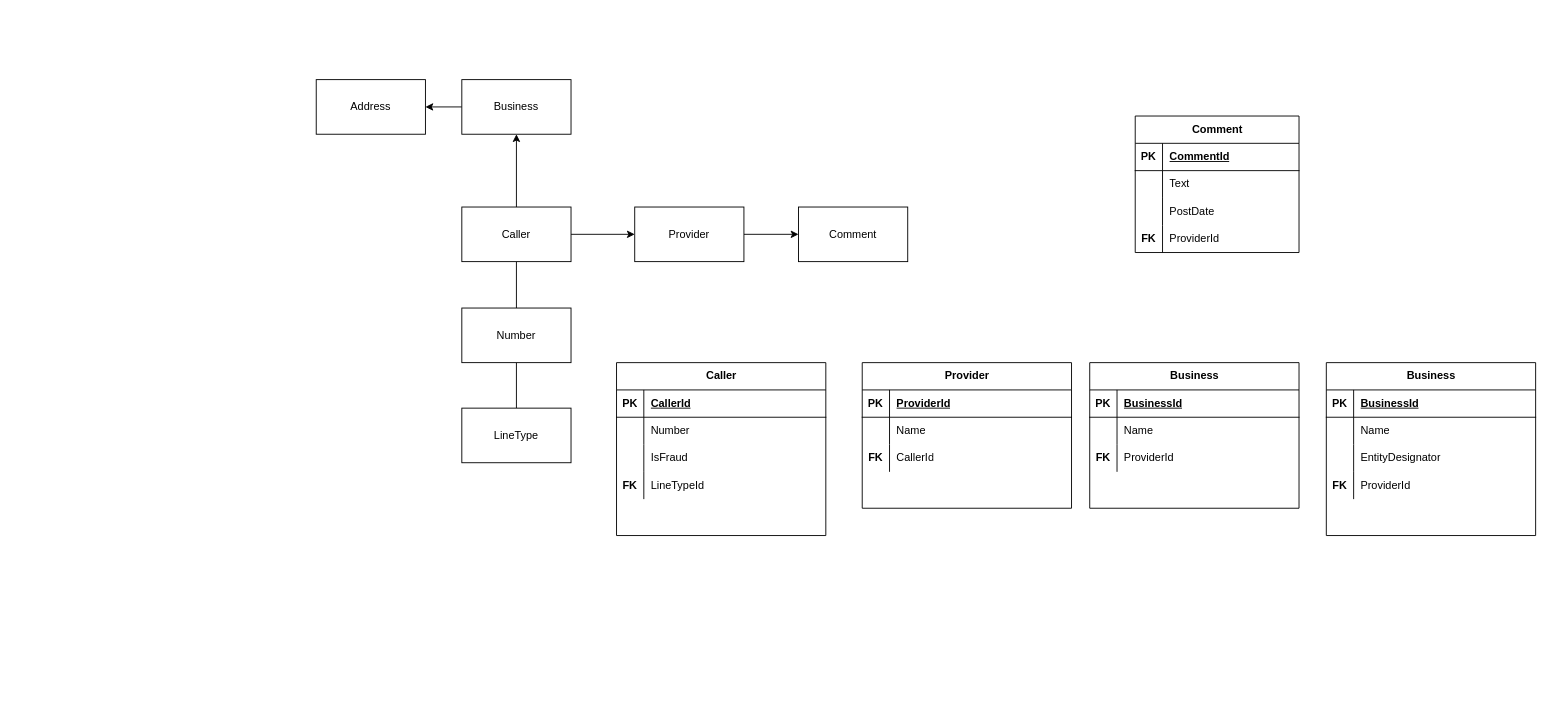
Earlier version of the draw.io diagram PhoneNumberCheck.drawio (Blanco0420/PhoneCallFraudDetector). Source tidied: cells renumbered, new cells numbered last; positions are measured from the earlier drawing's top-left corner, leaving out a move shared by most shapes. Both pictures are drawn from the tidied source at 91%, with x=0, y=0 at pixel (316, 79).
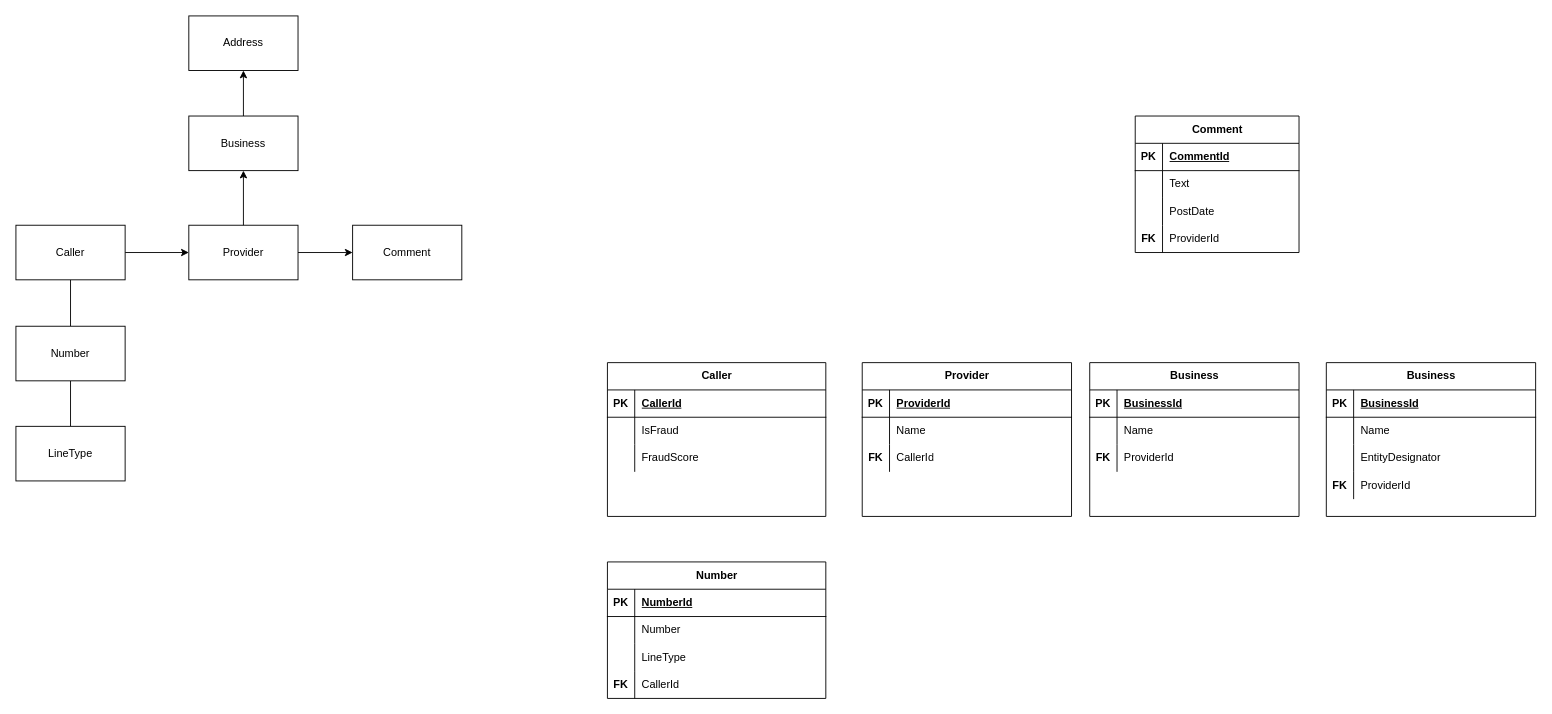
The same page after the edit.

Change to the diagram source:
```diff
@@
     <mxCell id="2" value="&lt;div&gt;Comment&lt;/div&gt;" style="rounded=0;whiteSpace=wrap;html=1;" parent="1" vertex="1">
-      <mxGeometry x="530" y="140" width="120" height="60" as="geometry" />
+      <mxGeometry x="40" y="160" width="120" height="60" as="geometry" />
     </mxCell>
@@
     <mxCell id="4" value="Provider" style="rounded=0;whiteSpace=wrap;html=1;" parent="1" vertex="1">
-      <mxGeometry x="350" y="140" width="120" height="60" as="geometry" />
+      <mxGeometry x="-140" y="160" width="120" height="60" as="geometry" />
     </mxCell>
@@
-    <mxCell id="6" style="edgeStyle=orthogonalEdgeStyle;rounded=0;jettySize=auto;html=1;entryX=0.5;entryY=1;entryDx=0;entryDy=0;endArrow=classic;endFill=1;exitX=0.5;exitY=0;exitDx=0;exitDy=0;" parent="1" edge="1" source="9" target="24">
+    <mxCell id="6" style="edgeStyle=orthogonalEdgeStyle;rounded=0;jettySize=auto;html=1;entryX=0.5;entryY=1;entryDx=0;entryDy=0;endArrow=classic;endFill=1;exitX=0.5;exitY=0;exitDx=0;exitDy=0;" parent="1" edge="1" source="4" target="24">
       <mxGeometry relative="1" as="geometry" />
     </mxCell>
@@
     <mxCell id="9" value="Caller" style="rounded=0;whiteSpace=wrap;html=1;" parent="1" vertex="1">
-      <mxGeometry x="160" y="140" width="120" height="60" as="geometry" />
+      <mxGeometry x="-330" y="160" width="120" height="60" as="geometry" />
     </mxCell>
     <mxCell id="10" value="Caller" style="shape=table;startSize=30;childLayout=tableLayout;rowLines=0;fontStyle=1;align=center;html=1;" parent="1" vertex="1">
-      <mxGeometry x="330" y="311" width="230" height="190" as="geometry" />
+      <mxGeometry x="320" y="311" width="240" height="169" as="geometry" />
     </mxCell>
     <mxCell id="11" style="shape=tableRow;horizontal=0;startSize=0;swimlaneHead=0;swimlaneBody=0;fillColor=none;top=0;left=0;right=0;bottom=1;" parent="10" vertex="1">
-      <mxGeometry y="30" width="230" height="30" as="geometry" />
+      <mxGeometry y="30" width="240" height="30" as="geometry" />
     </mxCell>
@@
     <mxCell id="13" value="CallerId" style="shape=partialRectangle;fillColor=none;top=0;left=0;bottom=0;right=0;align=left;spacingLeft=6;fontStyle=5;overflow=hidden;whiteSpace=wrap;html=1;" parent="11" vertex="1">
-      <mxGeometry x="30" width="200" height="30" as="geometry" />
+      <mxGeometry x="30" width="210" height="30" as="geometry" />
     </mxCell>
-    <mxCell id="14" style="shape=tableRow;horizontal=0;startSize=0;swimlaneHead=0;swimlaneBody=0;fillColor=none;top=0;left=0;right=0;bottom=0;" parent="10" vertex="1">
-      <mxGeometry y="60" width="230" height="30" as="geometry" />
-    </mxCell>
-    <mxCell id="15" style="shape=partialRectangle;fillColor=none;top=0;left=0;bottom=0;right=0;overflow=hidden;whiteSpace=wrap;html=1;" parent="14" vertex="1">
-      <mxGeometry width="30" height="30" as="geometry" />
-    </mxCell>
-    <mxCell id="16" value="Number" style="shape=partialRectangle;fillColor=none;top=0;left=0;bottom=0;right=0;align=left;spacingLeft=6;overflow=hidden;whiteSpace=wrap;html=1;" parent="14" vertex="1">
-      <mxGeometry x="30" width="200" height="30" as="geometry" />
-    </mxCell>
     <mxCell id="17" style="shape=tableRow;horizontal=0;startSize=0;swimlaneHead=0;swimlaneBody=0;fillColor=none;top=0;left=0;right=0;bottom=0;" parent="10" vertex="1">
-      <mxGeometry y="90" width="230" height="30" as="geometry" />
+      <mxGeometry y="60" width="240" height="30" as="geometry" />
     </mxCell>
@@
     <mxCell id="19" value="IsFraud" style="shape=partialRectangle;fillColor=none;top=0;left=0;bottom=0;right=0;align=left;spacingLeft=6;overflow=hidden;whiteSpace=wrap;html=1;" parent="17" vertex="1">
-      <mxGeometry x="30" width="200" height="30" as="geometry" />
+      <mxGeometry x="30" width="210" height="30" as="geometry" />
     </mxCell>
     <mxCell id="20" style="shape=tableRow;horizontal=0;startSize=0;swimlaneHead=0;swimlaneBody=0;fillColor=none;top=0;left=0;right=0;bottom=0;" parent="10" vertex="1">
-      <mxGeometry y="120" width="230" height="30" as="geometry" />
+      <mxGeometry y="90" width="240" height="30" as="geometry" />
     </mxCell>
-    <mxCell id="21" value="&lt;b&gt;FK&lt;/b&gt;" style="shape=partialRectangle;fillColor=none;top=0;left=0;bottom=0;right=0;overflow=hidden;whiteSpace=wrap;html=1;" parent="20" vertex="1">
+    <mxCell id="21" style="shape=partialRectangle;fillColor=none;top=0;left=0;bottom=0;right=0;overflow=hidden;whiteSpace=wrap;html=1;" parent="20" vertex="1">
       <mxGeometry width="30" height="30" as="geometry" />
     </mxCell>
-    <mxCell id="22" value="LineTypeId" style="shape=partialRectangle;fillColor=none;top=0;left=0;bottom=0;right=0;align=left;spacingLeft=6;overflow=hidden;whiteSpace=wrap;html=1;" parent="20" vertex="1">
-      <mxGeometry x="30" width="200" height="30" as="geometry" />
+    <mxCell id="22" value="FraudScore" style="shape=partialRectangle;fillColor=none;top=0;left=0;bottom=0;right=0;align=left;spacingLeft=6;overflow=hidden;whiteSpace=wrap;html=1;" parent="20" vertex="1">
+      <mxGeometry x="30" width="210" height="30" as="geometry" />
     </mxCell>
-    <mxCell id="23" style="edgeStyle=orthogonalEdgeStyle;rounded=0;jettySize=auto;html=1;exitX=0;exitY=0.5;exitDx=0;exitDy=0;entryX=1;entryY=0.5;entryDx=0;entryDy=0;" parent="1" edge="1" source="24" target="45">
+    <mxCell id="23" style="edgeStyle=orthogonalEdgeStyle;rounded=0;jettySize=auto;html=1;exitX=0.5;exitY=0;exitDx=0;exitDy=0;entryX=0.5;entryY=1;entryDx=0;entryDy=0;" parent="1" edge="1" source="24" target="45">
       <mxGeometry relative="1" as="geometry" />
     </mxCell>
     <mxCell id="24" value="Business" style="rounded=0;whiteSpace=wrap;html=1;" parent="1" vertex="1">
-      <mxGeometry x="160" width="120" height="60" as="geometry" />
+      <mxGeometry x="-140" y="40" width="120" height="60" as="geometry" />
     </mxCell>
     <mxCell id="25" value="Provider" style="shape=table;startSize=30;childLayout=tableLayout;rowLines=0;fontStyle=1;align=center;html=1;" parent="1" vertex="1">
-      <mxGeometry x="600" y="311" width="230" height="160" as="geometry" />
+      <mxGeometry x="600" y="311" width="230" height="169" as="geometry" />
     </mxCell>
@@
     <mxCell id="35" value="Business" style="shape=table;startSize=30;childLayout=tableLayout;rowLines=0;fontStyle=1;align=center;html=1;" parent="1" vertex="1">
-      <mxGeometry x="850" y="311" width="230" height="160" as="geometry" />
+      <mxGeometry x="850" y="311" width="230" height="169" as="geometry" />
     </mxCell>
@@
     <mxCell id="45" value="Address" style="rounded=0;whiteSpace=wrap;html=1;" parent="1" vertex="1">
-      <mxGeometry width="120" height="60" as="geometry" />
+      <mxGeometry x="-140" y="-70" width="120" height="60" as="geometry" />
     </mxCell>
     <mxCell id="46" value="Business" style="shape=table;startSize=30;childLayout=tableLayout;rowLines=0;fontStyle=1;align=center;html=1;" parent="1" vertex="1">
-      <mxGeometry x="1110" y="311" width="230" height="190" as="geometry" />
+      <mxGeometry x="1110" y="311" width="230" height="169" as="geometry" />
     </mxCell>
@@
     <mxCell id="72" value="LineType" style="rounded=0;whiteSpace=wrap;html=1;" parent="1" vertex="1">
-      <mxGeometry x="160" y="361" width="120" height="60" as="geometry" />
+      <mxGeometry x="-330" y="381" width="120" height="60" as="geometry" />
     </mxCell>
     <mxCell id="73" value="Number" style="rounded=0;whiteSpace=wrap;html=1;" parent="1" vertex="1">
-      <mxGeometry x="160" y="251" width="120" height="60" as="geometry" />
+      <mxGeometry x="-330" y="271" width="120" height="60" as="geometry" />
     </mxCell>
+    <mxCell id="74" value="Number" style="shape=table;startSize=30;childLayout=tableLayout;rowLines=0;fontStyle=1;align=center;html=1;" parent="1" vertex="1">
+      <mxGeometry x="320" y="530" width="240" height="150" as="geometry" />
+    </mxCell>
+    <mxCell id="75" style="shape=tableRow;horizontal=0;startSize=0;swimlaneHead=0;swimlaneBody=0;fillColor=none;top=0;left=0;right=0;bottom=1;" parent="74" vertex="1">
+      <mxGeometry y="30" width="240" height="30" as="geometry" />
+    </mxCell>
+    <mxCell id="76" value="PK" style="shape=partialRectangle;fillColor=none;top=0;left=0;bottom=0;right=0;fontStyle=1;overflow=hidden;whiteSpace=wrap;html=1;" parent="75" vertex="1">
+      <mxGeometry width="30" height="30" as="geometry" />
+    </mxCell>
+    <mxCell id="77" value="NumberId" style="shape=partialRectangle;fillColor=none;top=0;left=0;bottom=0;right=0;align=left;spacingLeft=6;fontStyle=5;overflow=hidden;whiteSpace=wrap;html=1;" parent="75" vertex="1">
+      <mxGeometry x="30" width="210" height="30" as="geometry" />
+    </mxCell>
+    <mxCell id="78" style="shape=tableRow;horizontal=0;startSize=0;swimlaneHead=0;swimlaneBody=0;fillColor=none;top=0;left=0;right=0;bottom=0;" parent="74" vertex="1">
+      <mxGeometry y="60" width="240" height="30" as="geometry" />
+    </mxCell>
+    <mxCell id="79" style="shape=partialRectangle;fillColor=none;top=0;left=0;bottom=0;right=0;overflow=hidden;whiteSpace=wrap;html=1;" parent="78" vertex="1">
+      <mxGeometry width="30" height="30" as="geometry" />
+    </mxCell>
+    <mxCell id="16" value="Number" style="shape=partialRectangle;fillColor=none;top=0;left=0;bottom=0;right=0;align=left;spacingLeft=6;overflow=hidden;whiteSpace=wrap;html=1;" parent="78" vertex="1">
+      <mxGeometry x="30" width="210" height="30" as="geometry" />
+    </mxCell>
+    <mxCell id="80" style="shape=tableRow;horizontal=0;startSize=0;swimlaneHead=0;swimlaneBody=0;fillColor=none;top=0;left=0;right=0;bottom=0;" parent="74" vertex="1">
+      <mxGeometry y="90" width="240" height="30" as="geometry" />
+    </mxCell>
+    <mxCell id="81" style="shape=partialRectangle;fillColor=none;top=0;left=0;bottom=0;right=0;overflow=hidden;whiteSpace=wrap;html=1;" parent="80" vertex="1">
+      <mxGeometry width="30" height="30" as="geometry" />
+    </mxCell>
+    <mxCell id="82" value="LineType" style="shape=partialRectangle;fillColor=none;top=0;left=0;bottom=0;right=0;align=left;spacingLeft=6;overflow=hidden;whiteSpace=wrap;html=1;" parent="80" vertex="1">
+      <mxGeometry x="30" width="210" height="30" as="geometry" />
+    </mxCell>
+    <mxCell id="83" style="shape=tableRow;horizontal=0;startSize=0;swimlaneHead=0;swimlaneBody=0;fillColor=none;top=0;left=0;right=0;bottom=0;" parent="74" vertex="1">
+      <mxGeometry y="120" width="240" height="30" as="geometry" />
+    </mxCell>
+    <mxCell id="84" value="&lt;b&gt;FK&lt;/b&gt;" style="shape=partialRectangle;fillColor=none;top=0;left=0;bottom=0;right=0;overflow=hidden;whiteSpace=wrap;html=1;" parent="83" vertex="1">
+      <mxGeometry width="30" height="30" as="geometry" />
+    </mxCell>
+    <mxCell id="85" value="CallerId" style="shape=partialRectangle;fillColor=none;top=0;left=0;bottom=0;right=0;align=left;spacingLeft=6;overflow=hidden;whiteSpace=wrap;html=1;" parent="83" vertex="1">
+      <mxGeometry x="30" width="210" height="30" as="geometry" />
+    </mxCell>
```
